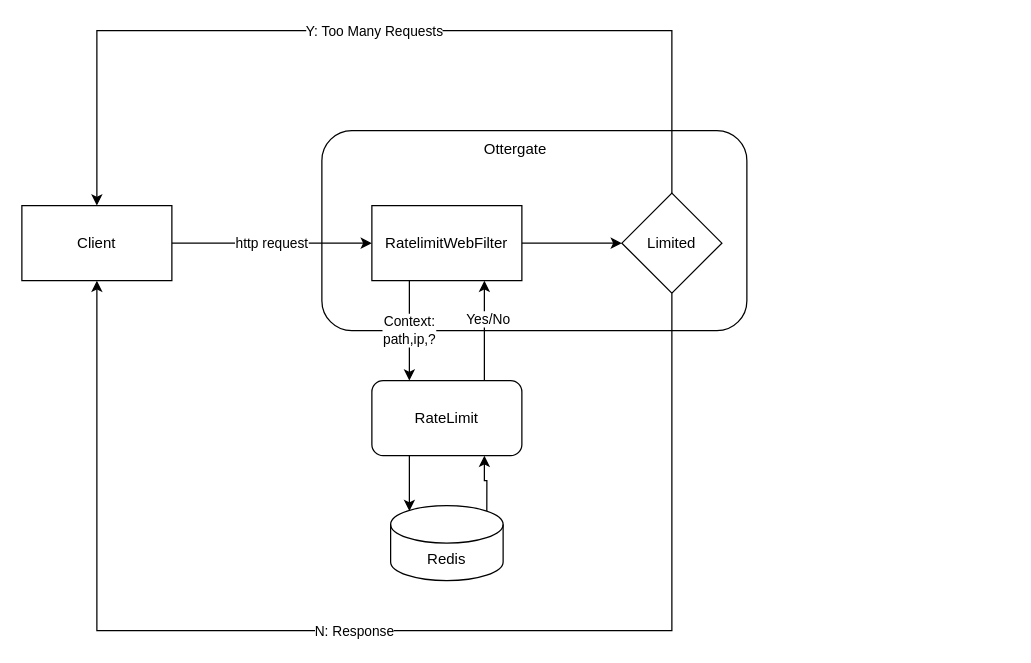
Earlier version of the draw.io diagram Ratelimit.drawio (evagle/awesome). Source tidied: cells renumbered, new cells numbered last; positions are measured from the earlier drawing's top-left corner, leaving out a move shared by most shapes. Both pictures are drawn from the tidied source at 125%, with x=0, y=0 at pixel (21, 30).
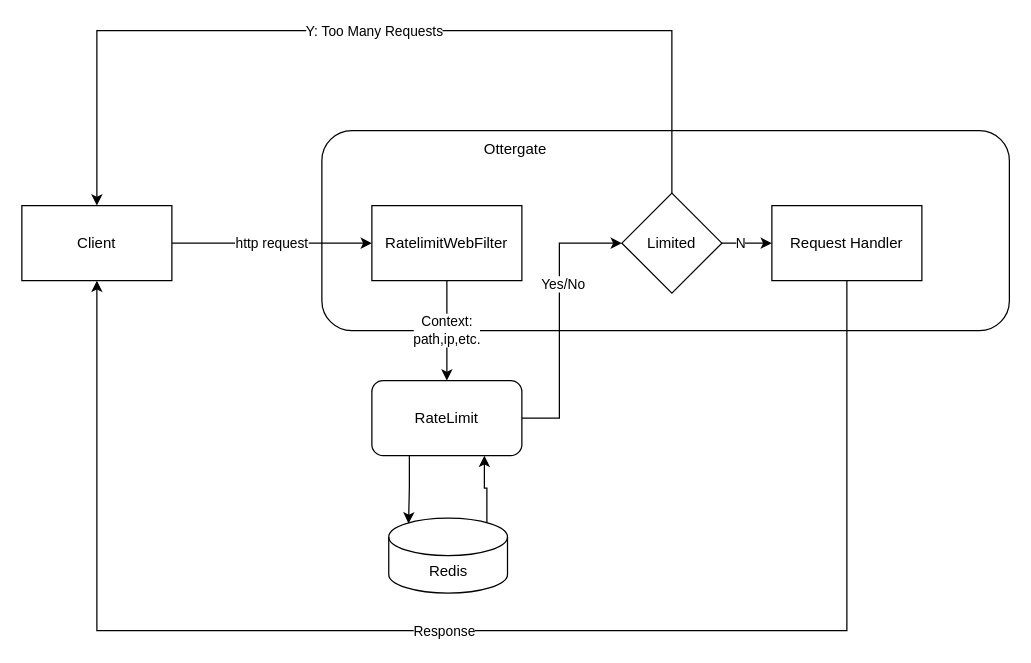
Above is the later version.

The change refers to these unchanged cells:
```xml
<mxCell id="5" value="RatelimitWebFilter" style="rounded=0;whiteSpace=wrap;html=1;" parent="1" vertex="1">
  <mxGeometry x="280" y="140" width="120" height="60" as="geometry" />
</mxCell>
<mxCell id="6" value="Client" style="rounded=0;whiteSpace=wrap;html=1;" parent="1" vertex="1">
  <mxGeometry y="140" width="120" height="60" as="geometry" />
</mxCell>
<mxCell id="11" value="Limited" style="rhombus;whiteSpace=wrap;html=1;" parent="1" vertex="1">
  <mxGeometry x="480" y="130" width="80" height="80" as="geometry" />
</mxCell>
<mxCell id="16" value="RateLimit" style="rounded=1;whiteSpace=wrap;html=1;" parent="1" vertex="1">
  <mxGeometry x="280" y="280" width="120" height="60" as="geometry" />
</mxCell>
```

What changed in the source:
```diff
@@
     <mxCell id="2" style="rounded=1;whiteSpace=wrap;html=1;" parent="1" vertex="1">
-      <mxGeometry x="240" y="80" width="340" height="160" as="geometry" />
+      <mxGeometry x="240" y="80" width="550" height="160" as="geometry" />
     </mxCell>
@@
-    <mxCell id="4" style="edgeStyle=orthogonalEdgeStyle;rounded=0;jettySize=auto;html=1;exitX=1;exitY=0.5;exitDx=0;exitDy=0;" parent="1" edge="1" source="5" target="11">
-      <mxGeometry relative="1" as="geometry" />
-    </mxCell>
@@
-    <mxCell id="9" style="edgeStyle=orthogonalEdgeStyle;rounded=0;jettySize=auto;html=1;exitX=0.5;exitY=1;exitDx=0;exitDy=0;entryX=0.5;entryY=1;entryDx=0;entryDy=0;" parent="1" edge="1" source="11" target="6">
+    <mxCell id="9" style="edgeStyle=orthogonalEdgeStyle;rounded=0;jettySize=auto;html=1;exitX=0.5;exitY=1;exitDx=0;exitDy=0;entryX=0.5;entryY=1;entryDx=0;entryDy=0;" parent="1" edge="1" source="22" target="6">
       <mxGeometry relative="1" as="geometry">
         <Array as="points">
-          <mxPoint x="520" y="480" />
+          <mxPoint x="660" y="480" />
           <mxPoint x="60" y="480" />
         </Array>
       </mxGeometry>
     </mxCell>
-    <mxCell id="10" value="N: Response" style="edgeLabel;html=1;align=center;verticalAlign=middle;" parent="9" vertex="1">
+    <mxCell id="10" value="Response" style="edgeLabel;html=1;align=center;verticalAlign=middle;" parent="9" vertex="1">
       <mxGeometry x="0.04" relative="1" as="geometry" />
     </mxCell>
+    <mxCell id="20" style="edgeStyle=orthogonalEdgeStyle;rounded=0;jettySize=auto;html=1;exitX=1;exitY=0.5;exitDx=0;exitDy=0;" parent="1" edge="1" source="11" target="22">
+      <mxGeometry relative="1" as="geometry" />
+    </mxCell>
+    <mxCell id="21" value="N" style="edgeLabel;html=1;align=center;verticalAlign=middle;" parent="20" vertex="1">
+      <mxGeometry x="-0.3" y="1" relative="1" as="geometry" />
+    </mxCell>
@@
-    <mxCell id="12" value="Context:&lt;br&gt;path,ip,?" style="edgeStyle=orthogonalEdgeStyle;rounded=0;jettySize=auto;html=1;exitX=0.25;exitY=1;exitDx=0;exitDy=0;entryX=0.25;entryY=0;entryDx=0;entryDy=0;" parent="1" edge="1" source="5" target="16">
-      <mxGeometry relative="1" as="geometry">
-        <Array as="points">
-          <mxPoint x="310" y="280" />
-          <mxPoint x="310" y="280" />
-        </Array>
-      </mxGeometry>
+    <mxCell id="12" value="Context:&lt;br&gt;path,ip,etc." style="edgeStyle=orthogonalEdgeStyle;rounded=0;jettySize=auto;html=1;exitX=0.5;exitY=1;exitDx=0;exitDy=0;entryX=0.5;entryY=0;entryDx=0;entryDy=0;" parent="1" edge="1" source="5" target="16">
+      <mxGeometry relative="1" as="geometry" />
     </mxCell>
@@
-    <mxCell id="14" style="edgeStyle=orthogonalEdgeStyle;rounded=0;jettySize=auto;html=1;exitX=0.75;exitY=0;exitDx=0;exitDy=0;entryX=0.75;entryY=1;entryDx=0;entryDy=0;" parent="1" edge="1" source="16" target="5">
-      <mxGeometry relative="1" as="geometry" />
+    <mxCell id="14" style="edgeStyle=orthogonalEdgeStyle;rounded=0;jettySize=auto;html=1;exitX=1;exitY=0.5;exitDx=0;exitDy=0;entryX=0;entryY=0.5;entryDx=0;entryDy=0;" parent="1" edge="1" source="16" target="11">
+      <mxGeometry relative="1" as="geometry">
+        <Array as="points">
+          <mxPoint x="430" y="310" />
+          <mxPoint x="430" y="170" />
+        </Array>
+      </mxGeometry>
     </mxCell>
@@
-    <mxCell id="17" style="edgeStyle=orthogonalEdgeStyle;rounded=0;jettySize=auto;html=1;exitX=0.855;exitY=0;exitDx=0;exitDy=4.35;exitPerimeter=0;entryX=0.75;entryY=1;entryDx=0;entryDy=0;" parent="1" edge="1" source="18" target="16">
-      <mxGeometry relative="1" as="geometry" />
+    <mxCell id="17" style="edgeStyle=orthogonalEdgeStyle;rounded=0;orthogonalLoop=1;jettySize=auto;html=1;" parent="1" edge="1">
+      <mxGeometry relative="1" as="geometry">
+        <mxPoint x="370" y="400" as="sourcePoint" />
+        <mxPoint x="370" y="340" as="targetPoint" />
+        <Array as="points">
+          <mxPoint x="372" y="366" />
+          <mxPoint x="370" y="366" />
+        </Array>
+      </mxGeometry>
     </mxCell>
     <mxCell id="18" value="Redis" style="shape=cylinder3;whiteSpace=wrap;html=1;boundedLbl=1;backgroundOutline=1;size=15;" parent="1" vertex="1">
-      <mxGeometry x="295" y="380" width="90" height="60" as="geometry" />
+      <mxGeometry x="293.5" y="390" width="95" height="60" as="geometry" />
     </mxCell>
@@
+    <mxCell id="22" value="Request Handler" style="rounded=0;whiteSpace=wrap;html=1;" parent="1" vertex="1">
+      <mxGeometry x="600" y="140" width="120" height="60" as="geometry" />
+    </mxCell>
```
